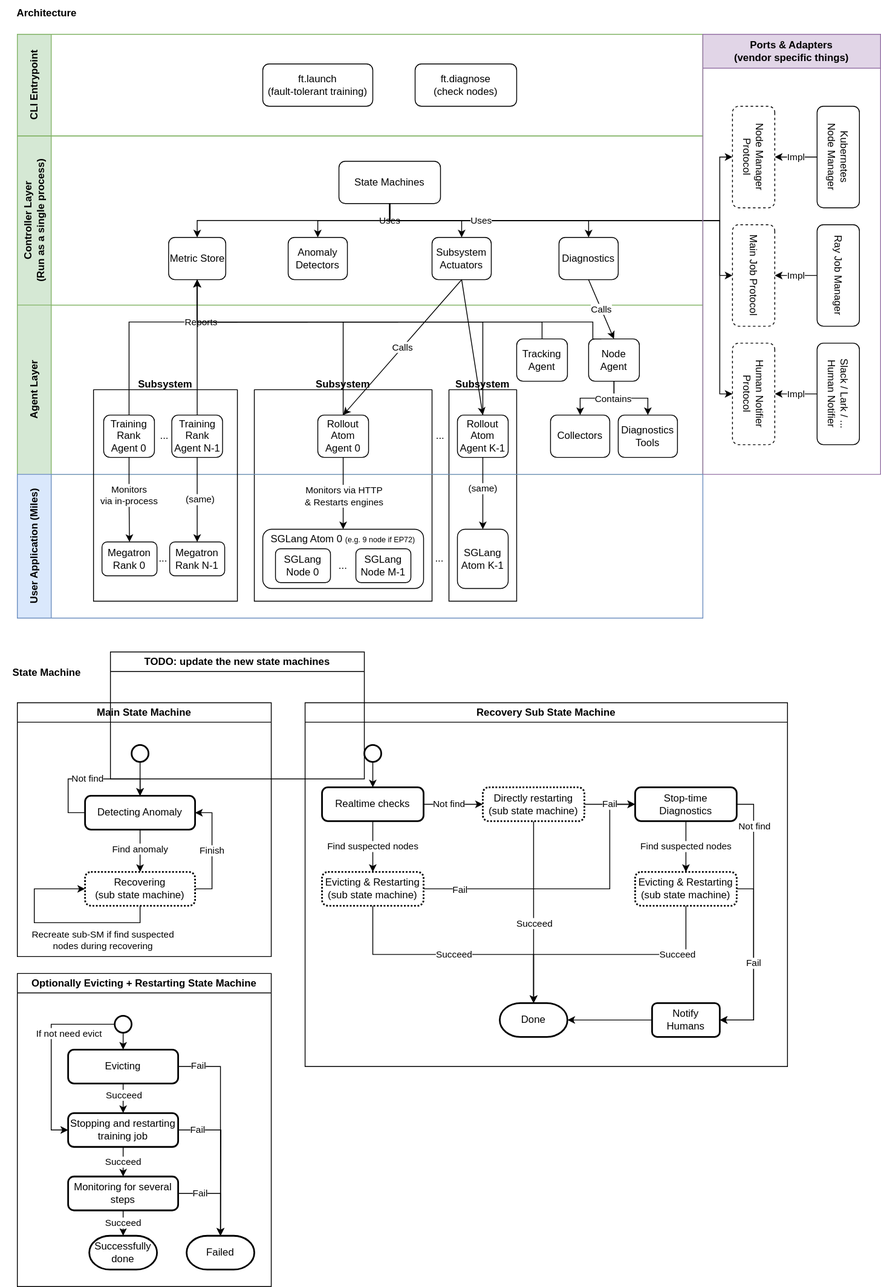
This is miles/utils/ft/ft_arch.svg from radixark/miles, a draw.io export, as it was before one commit. Source tidied: cells renumbered, new cells last; positions are measured from the earlier drawing's top-left corner, leaving out a move shared by most shapes.
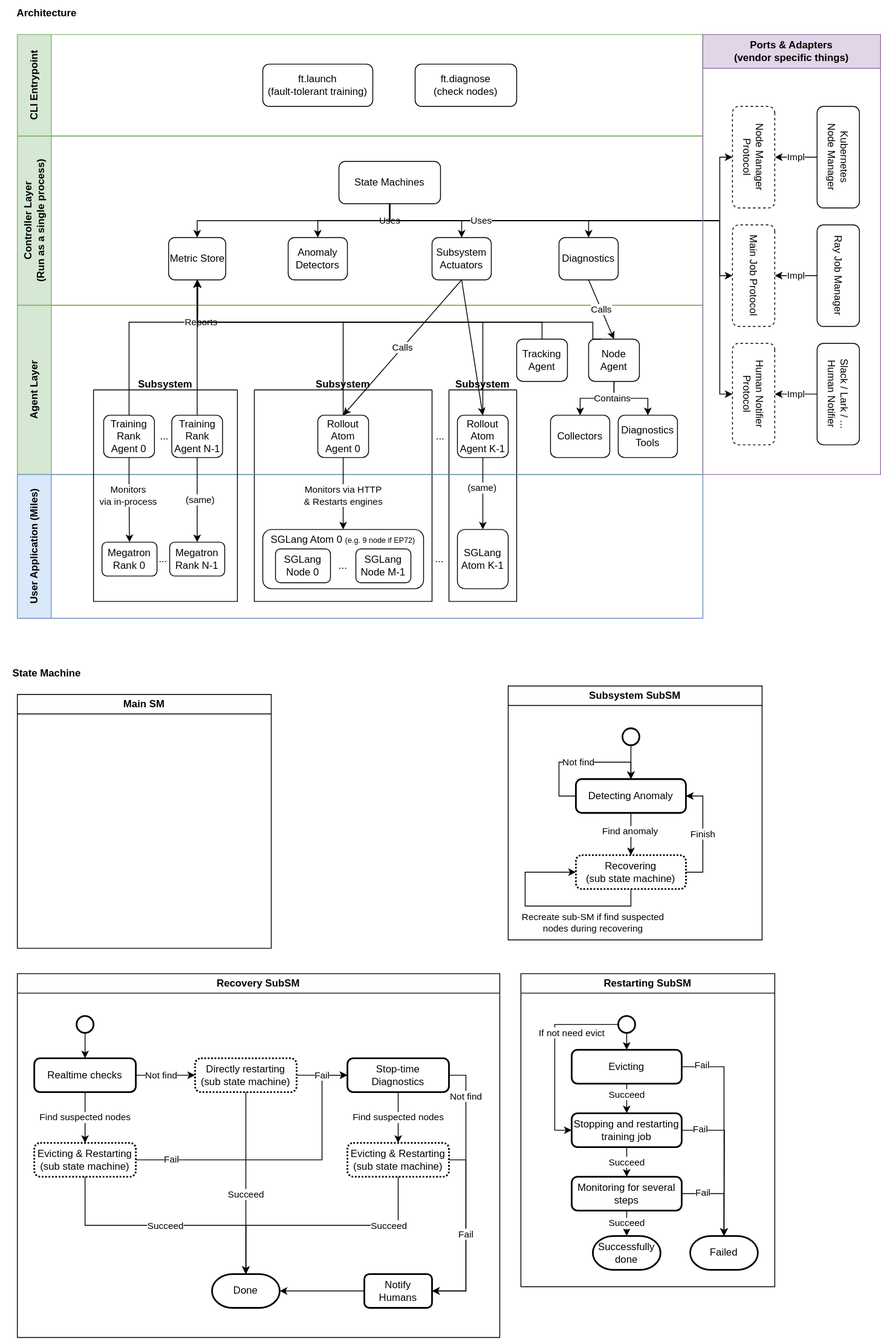
After the change.

What changed in the source:
```diff
@@ -137,8 +137,8 @@
         </Array>
       </mxGeometry>
     </mxCell>
-    <mxCell id="36" value="Main State Machine" style="swimlane;whiteSpace=wrap;html=1;" parent="1" vertex="1">
-      <mxGeometry x="20" y="830" width="300" height="300" as="geometry" />
+    <mxCell id="36" value="Subsystem SubSM" style="swimlane;whiteSpace=wrap;html=1;" parent="1" vertex="1">
+      <mxGeometry x="600" y="810" width="300" height="300" as="geometry" />
     </mxCell>
     <mxCell id="37" style="strokeWidth=2;html=1;shape=mxgraph.flowchart.start_2;whiteSpace=wrap;" parent="36" vertex="1">
       <mxGeometry x="135" y="50" width="20" height="20" as="geometry" />
@@ -184,8 +184,8 @@
         <mxPoint x="68" y="21" as="offset" />
       </mxGeometry>
     </mxCell>
-    <mxCell id="47" value="Recovery Sub State Machine" style="swimlane;whiteSpace=wrap;html=1;" parent="1" vertex="1">
-      <mxGeometry x="360" y="830" width="570" height="430" as="geometry" />
+    <mxCell id="47" value="Recovery SubSM" style="swimlane;whiteSpace=wrap;html=1;" parent="1" vertex="1">
+      <mxGeometry x="20" y="1150" width="570" height="430" as="geometry" />
     </mxCell>
     <mxCell id="48" style="edgeStyle=orthogonalEdgeStyle;rounded=0;jettySize=auto;html=1;exitX=0.5;exitY=1;exitDx=0;exitDy=0;exitPerimeter=0;entryX=0.5;entryY=0;entryDx=0;entryDy=0;" parent="47" edge="1" source="49" target="52">
       <mxGeometry relative="1" as="geometry" />
@@ -263,8 +263,8 @@
     <mxCell id="70" value="Notify Humans" style="rounded=1;whiteSpace=wrap;html=1;strokeWidth=2;" parent="47" vertex="1">
       <mxGeometry x="410" y="355" width="80" height="40" as="geometry" />
     </mxCell>
-    <mxCell id="71" value="Optionally Evicting + Restarting State Machine" style="swimlane;whiteSpace=wrap;html=1;" parent="1" vertex="1">
-      <mxGeometry x="20" y="1150" width="300" height="370" as="geometry" />
+    <mxCell id="71" value="Restarting SubSM" style="swimlane;whiteSpace=wrap;html=1;" parent="1" vertex="1">
+      <mxGeometry x="615" y="1150" width="300" height="370" as="geometry" />
     </mxCell>
     <mxCell id="72" style="edgeStyle=orthogonalEdgeStyle;rounded=0;jettySize=auto;html=1;exitX=0;exitY=0.5;exitDx=0;exitDy=0;exitPerimeter=0;entryX=0;entryY=0.5;entryDx=0;entryDy=0;" parent="71" edge="1" source="74" target="84">
       <mxGeometry relative="1" as="geometry">
@@ -477,8 +477,8 @@
         </Array>
       </mxGeometry>
     </mxCell>
-    <mxCell id="130" value="TODO: update the new state machines" style="swimlane;whiteSpace=wrap;html=1;" parent="1" vertex="1">
-      <mxGeometry x="130" y="770" width="300" height="150" as="geometry" />
-    </mxCell>
+    <mxCell id="131" value="Main SM" style="swimlane;whiteSpace=wrap;html=1;" parent="1" vertex="1">
+      <mxGeometry x="20" y="820" width="300" height="300" as="geometry" />
+    </mxCell>
   </root>
 </mxGraphModel>
```
